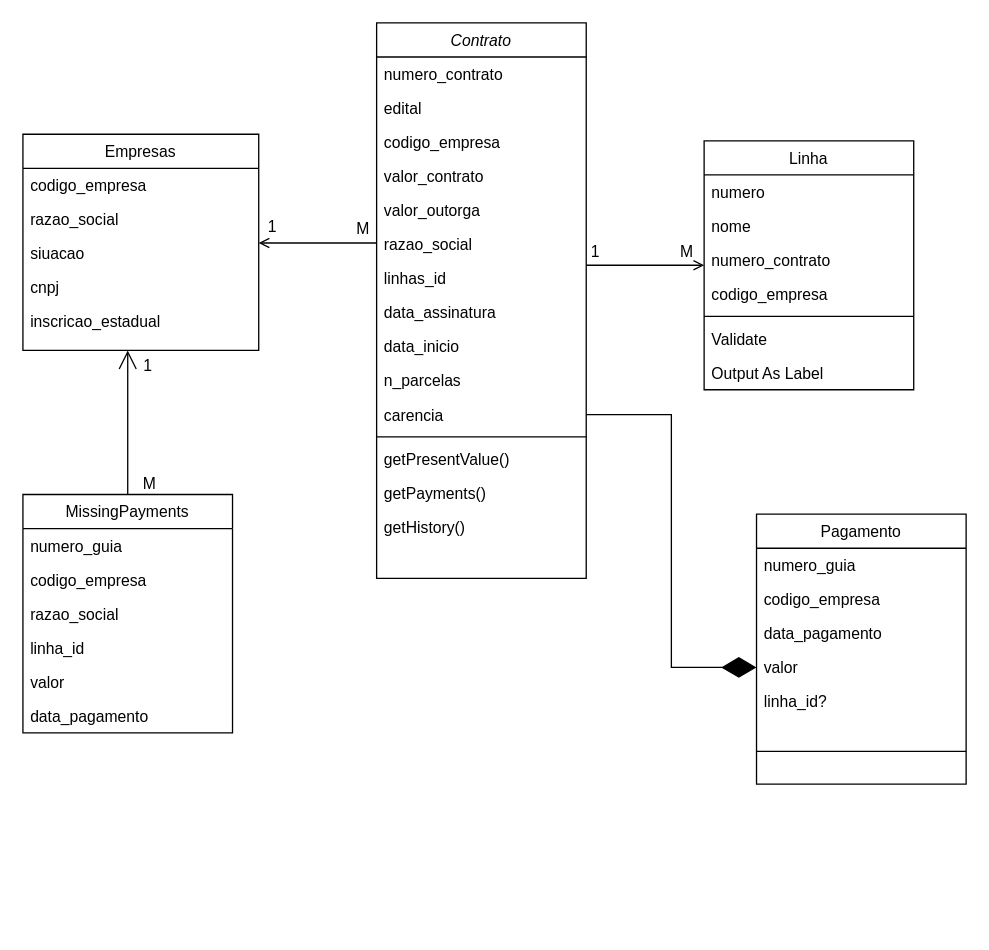
Earlier version of the draw.io diagram diagrama_de_classe_outorga.drawio (sverissimo/outorgas_stim). Source tidied: cells renumbered, new cells numbered last; positions are measured from the earlier drawing's top-left corner, leaving out a move shared by most shapes. Both pictures are drawn from the tidied source at 131%, with x=0, y=0 at pixel (22, 22).
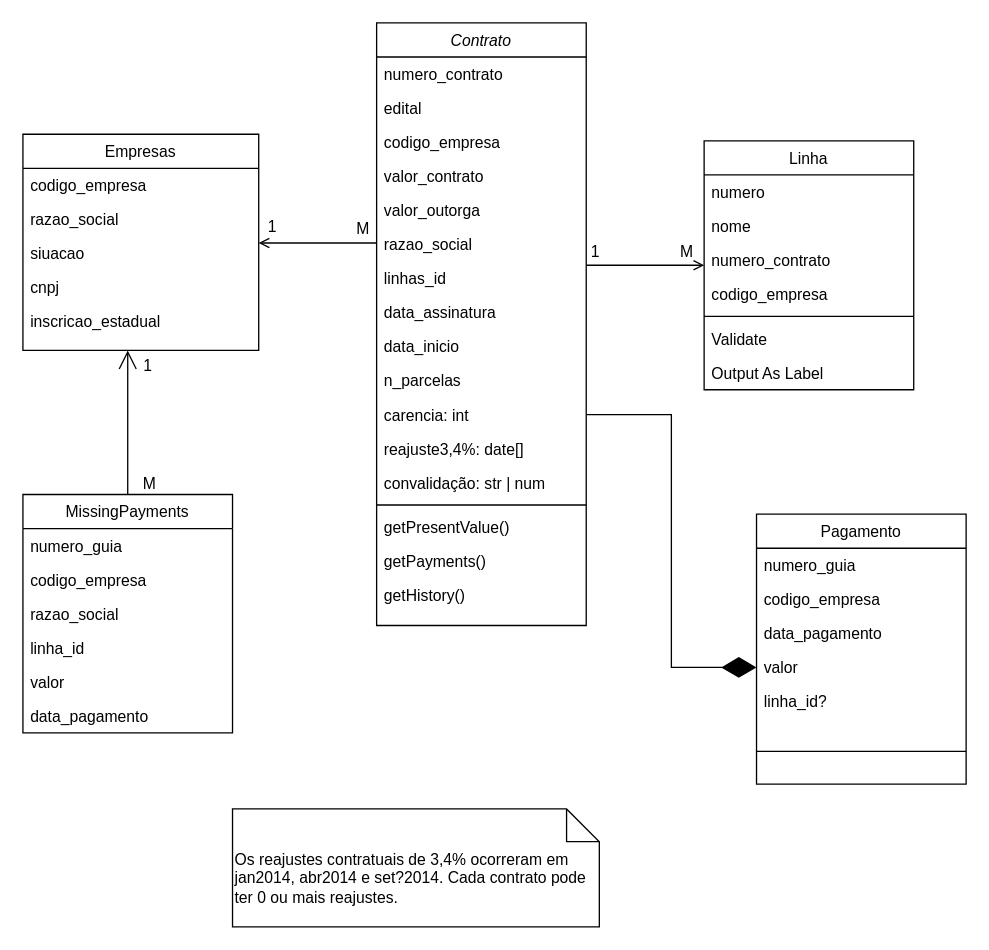
Above is the later version.

Commit message (it also covers changes not shown here):
Adicionada migration para recuperar valores de convalidação e prazos de carência de 621 contratos de 2012 e 2013 a partir de base de dados fornecida pela DGTI (Mala ACUMULADA.xls).

The edit, as a diff of the source:
```diff
@@
     <mxCell id="2" value="Contrato" style="swimlane;fontStyle=2;align=center;verticalAlign=top;horizontal=1;startSize=26;rounded=0;shadow=0;strokeWidth=1;" parent="1" vertex="1">
-      <mxGeometry x="270" width="160" height="424" as="geometry" />
+      <mxGeometry x="270" width="160" height="460" as="geometry" />
     </mxCell>
@@
-    <mxCell id="13" value="carencia" style="text;align=left;verticalAlign=top;spacingLeft=4;spacingRight=4;overflow=hidden;points=[[0,0.5],[1,0.5]];portConstraint=eastwest;" parent="2" vertex="1">
+    <mxCell id="13" value="carencia: int" style="text;align=left;verticalAlign=top;spacingLeft=4;spacingRight=4;overflow=hidden;points=[[0,0.5],[1,0.5]];portConstraint=eastwest;" parent="2" vertex="1">
       <mxGeometry y="286" width="160" height="26" as="geometry" />
     </mxCell>
+    <mxCell id="56" value="reajuste3,4%: date[]" style="text;align=left;verticalAlign=top;spacingLeft=4;spacingRight=4;overflow=hidden;" parent="2" vertex="1">
+      <mxGeometry y="312" width="160" height="26" as="geometry" />
+    </mxCell>
+    <mxCell id="57" value="convalidação: str | num" style="text;align=left;verticalAlign=top;spacingLeft=4;spacingRight=4;overflow=hidden;" parent="2" vertex="1">
+      <mxGeometry y="338" width="160" height="26" as="geometry" />
+    </mxCell>
     <mxCell id="14" style="line;html=1;strokeWidth=1;align=left;verticalAlign=middle;spacingTop=-1;spacingLeft=3;spacingRight=3;labelPosition=right;" parent="2" vertex="1">
-      <mxGeometry y="312" width="160" height="8" as="geometry" />
+      <mxGeometry y="364" width="160" height="8" as="geometry" />
     </mxCell>
     <mxCell id="15" value="getPresentValue()" style="text;align=left;verticalAlign=top;spacingLeft=4;spacingRight=4;overflow=hidden;" parent="2" vertex="1">
-      <mxGeometry y="320" width="160" height="26" as="geometry" />
+      <mxGeometry y="372" width="160" height="26" as="geometry" />
     </mxCell>
     <mxCell id="16" value="getPayments()" style="text;align=left;verticalAlign=top;spacingLeft=4;spacingRight=4;overflow=hidden;" parent="2" vertex="1">
-      <mxGeometry y="346" width="160" height="26" as="geometry" />
+      <mxGeometry y="398" width="160" height="26" as="geometry" />
     </mxCell>
     <mxCell id="17" value="getHistory()" style="text;align=left;verticalAlign=top;spacingLeft=4;spacingRight=4;overflow=hidden;" parent="2" vertex="1">
-      <mxGeometry y="372" width="160" height="26" as="geometry" />
+      <mxGeometry y="424" width="160" height="26" as="geometry" />
     </mxCell>
@@
+    <mxCell id="58" value="Os reajustes contratuais de 3,4% ocorreram em jan2014, abr2014 e set?2014. Cada contrato pode ter 0 ou mais reajustes." style="shape=note2;boundedLbl=1;whiteSpace=wrap;html=1;size=25;verticalAlign=top;align=left;" parent="1" vertex="1">
+      <mxGeometry x="160" y="600" width="280" height="90" as="geometry" />
+    </mxCell>
```
